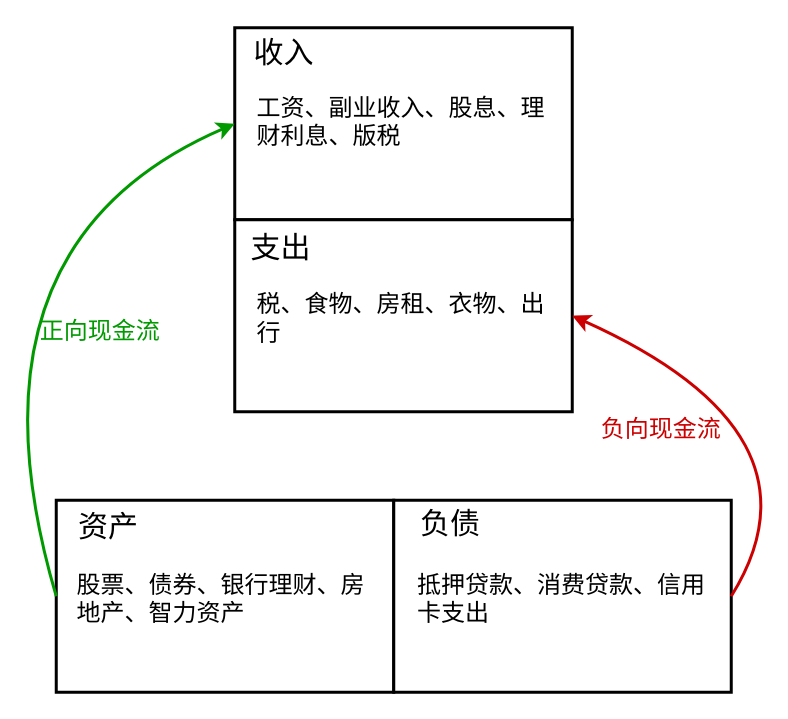
SHERlocked93/pic keeps this draw.io diagram as 富爸爸穷爸爸.drawio. Above is the earlier version. Source tidied: cells renumbered, new cells numbered last; positions are measured from the earlier drawing's top-left corner, leaving out a move shared by most shapes. Both pictures are drawn from the tidied source at 150%, with x=0, y=0 at pixel (-48, 27).
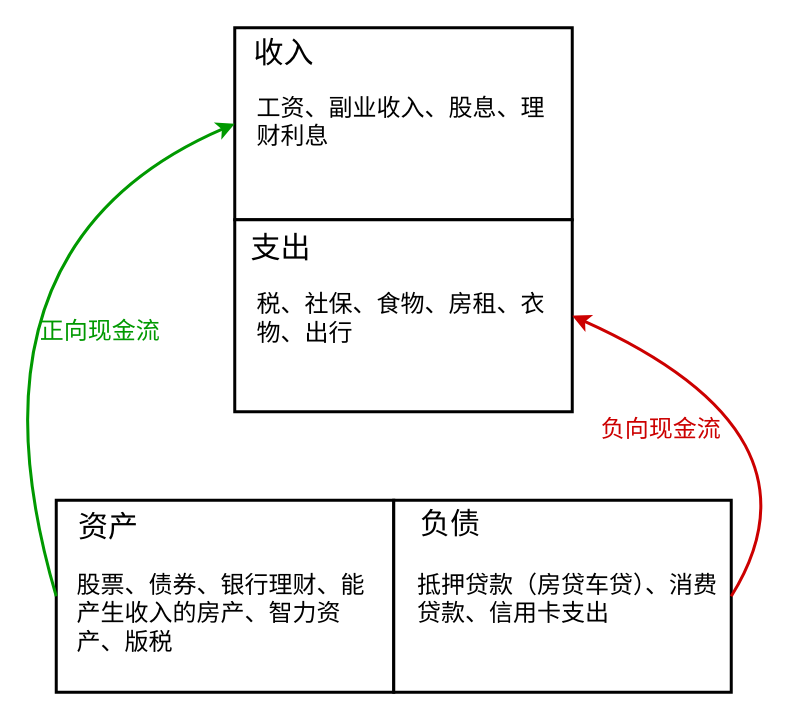
The same page after the edit.

Commit message:
更新富爸爸穷爸爸.drawio

Change to the diagram source:
```diff
@@
-    <mxCell id="12" value="税、食物、房租、衣物、出行" style="text;html=1;strokeColor=none;fillColor=none;align=left;verticalAlign=top;whiteSpace=wrap;rounded=0;labelBackgroundColor=none;fontSize=16;" parent="1" vertex="1">
+    <mxCell id="12" value="税、社保、食物、房租、衣物、出行" style="text;html=1;strokeColor=none;fillColor=none;align=left;verticalAlign=top;whiteSpace=wrap;rounded=0;labelBackgroundColor=none;fontSize=16;" parent="1" vertex="1">
       <mxGeometry x="201" y="168" width="201" height="73" as="geometry" />
     </mxCell>
-    <mxCell id="13" value="工资、副业收入、股息、理财利息、版税" style="text;html=1;strokeColor=none;fillColor=none;align=left;verticalAlign=top;whiteSpace=wrap;rounded=0;labelBackgroundColor=none;fontSize=16;" parent="1" vertex="1">
+    <mxCell id="13" value="工资、副业收入、股息、理财利息" style="text;html=1;strokeColor=none;fillColor=none;align=left;verticalAlign=top;whiteSpace=wrap;rounded=0;labelBackgroundColor=none;fontSize=16;" parent="1" vertex="1">
       <mxGeometry x="201" y="37" width="206" height="73" as="geometry" />
     </mxCell>
-    <mxCell id="14" value="股票、债券、银行理财、房地产、智力资产" style="text;html=1;strokeColor=none;fillColor=none;align=left;verticalAlign=top;whiteSpace=wrap;rounded=0;labelBackgroundColor=none;fontSize=16;" parent="1" vertex="1">
+    <mxCell id="14" value="股票、债券、银行理财、能产生收入的房产、智力资产、版税" style="text;html=1;strokeColor=none;fillColor=none;align=left;verticalAlign=top;whiteSpace=wrap;rounded=0;labelBackgroundColor=none;fontSize=16;" parent="1" vertex="1">
       <mxGeometry x="81" y="355" width="206" height="73" as="geometry" />
     </mxCell>
-    <mxCell id="15" value="抵押贷款、消费贷款、信用卡支出" style="text;html=1;strokeColor=none;fillColor=none;align=left;verticalAlign=top;whiteSpace=wrap;rounded=0;labelBackgroundColor=none;fontSize=16;" parent="1" vertex="1">
+    <mxCell id="15" value="抵押贷款（房贷车贷）、消费贷款、信用卡支出" style="text;html=1;strokeColor=none;fillColor=none;align=left;verticalAlign=top;whiteSpace=wrap;rounded=0;labelBackgroundColor=none;fontSize=16;" parent="1" vertex="1">
       <mxGeometry x="308" y="355" width="206" height="73" as="geometry" />
     </mxCell>
```
